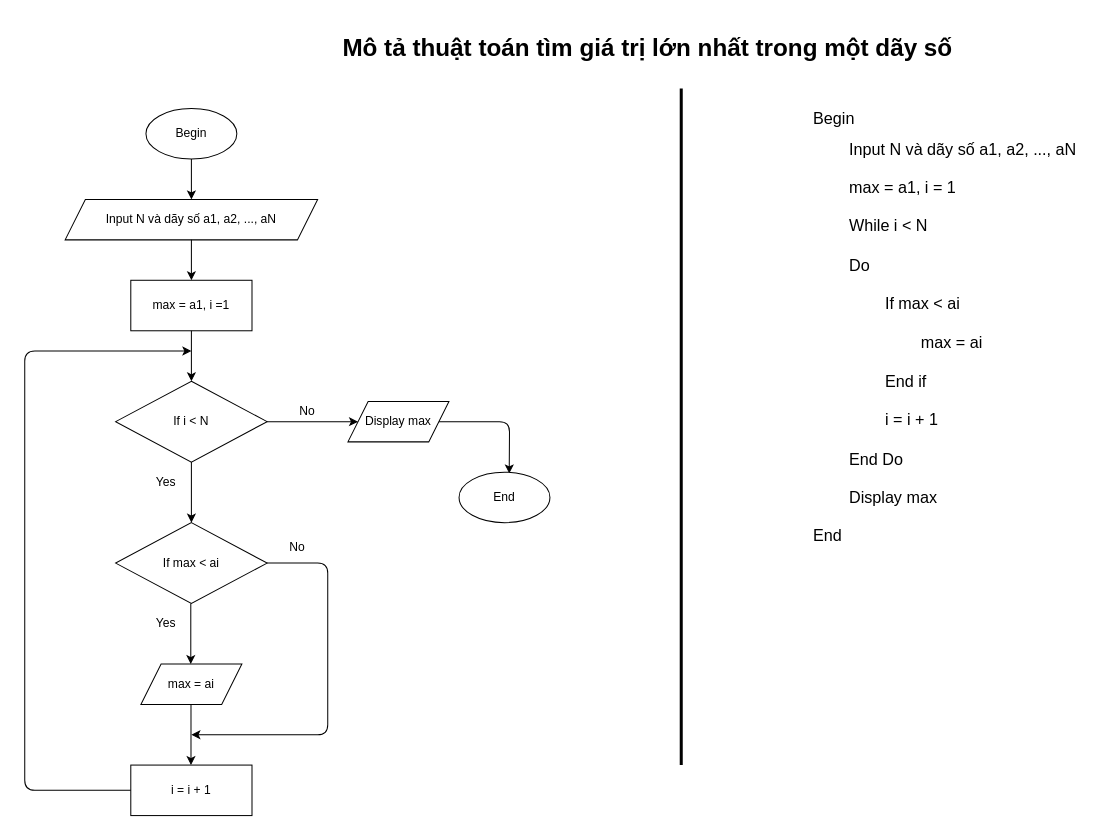
The draw.io diagram ss3_motathuattoan/bai tap 4.drawio in C0921G1-quockhanh/C0921G1-LeDinhQuocKhanh, before the edit. Source tidied: cells renumbered, new cells numbered last; positions are measured from the earlier drawing's top-left corner, leaving out a move shared by most shapes. Both pictures are drawn from the tidied source at 101%, with x=0, y=0 at pixel (24, 27).
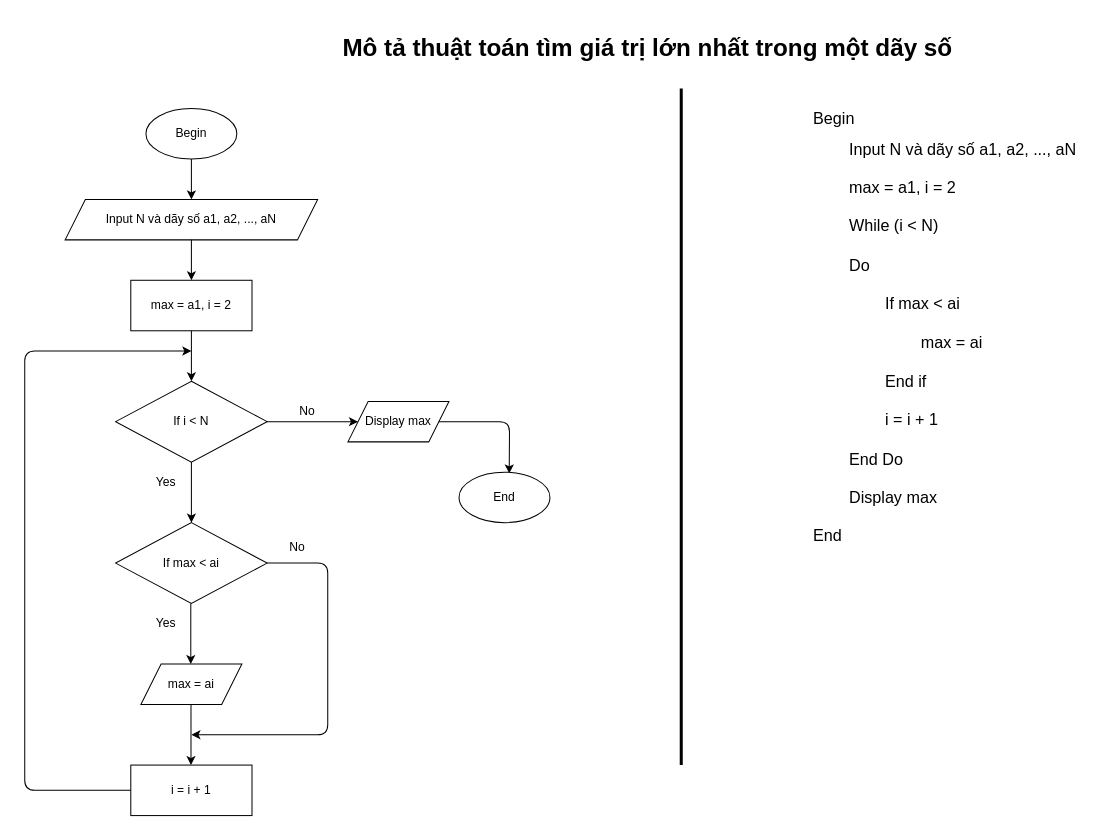
After the change.

What changed in the source:
```diff
@@
-    <mxCell id="6" value="max = a1, i =1" style="rounded=0;whiteSpace=wrap;html=1;" parent="1" vertex="1">
+    <mxCell id="6" value="max = a1, i = 2" style="rounded=0;whiteSpace=wrap;html=1;" parent="1" vertex="1">
       <mxGeometry x="105" y="250" width="120" height="50" as="geometry" />
     </mxCell>
@@
-    <mxCell id="9" value="&lt;h1 style=&quot;font-size: 16px&quot;&gt;&lt;span style=&quot;font-weight: normal&quot;&gt;Begin&lt;/span&gt;&lt;/h1&gt;&lt;div style=&quot;font-size: 16px&quot;&gt;&lt;span style=&quot;font-weight: normal&quot;&gt;&lt;span style=&quot;white-space: pre&quot;&gt;&#9;&lt;/span&gt;Input N và dãy số a1, a2, ..., aN&lt;/span&gt;&lt;/div&gt;&lt;div style=&quot;font-size: 16px&quot;&gt;&lt;span style=&quot;font-weight: normal&quot;&gt;&lt;br&gt;&lt;/span&gt;&lt;/div&gt;&lt;div style=&quot;font-size: 16px&quot;&gt;&lt;span style=&quot;font-weight: normal&quot;&gt;&lt;span style=&quot;white-space: pre&quot;&gt;&#9;&lt;/span&gt;max = a1, i = 1&lt;br&gt;&lt;/span&gt;&lt;/div&gt;&lt;div style=&quot;font-size: 16px&quot;&gt;&lt;span style=&quot;font-weight: normal&quot;&gt;&lt;br&gt;&lt;/span&gt;&lt;/div&gt;&lt;div style=&quot;font-size: 16px&quot;&gt;&lt;span style=&quot;font-weight: normal&quot;&gt;&lt;span style=&quot;white-space: pre&quot;&gt;&#9;&lt;/span&gt;While&amp;nbsp;i &amp;lt; N&lt;br&gt;&lt;/span&gt;&lt;/div&gt;&lt;div style=&quot;font-size: 16px&quot;&gt;&lt;span style=&quot;font-weight: normal&quot;&gt;&lt;br&gt;&lt;/span&gt;&lt;/div&gt;&lt;div style=&quot;font-size: 16px&quot;&gt;&lt;span style=&quot;font-weight: normal&quot;&gt;&lt;span style=&quot;white-space: pre&quot;&gt;&#9;&lt;/span&gt;Do&lt;br&gt;&lt;/span&gt;&lt;/div&gt;&lt;div style=&quot;font-size: 16px&quot;&gt;&lt;span style=&quot;font-weight: normal&quot;&gt;&lt;br&gt;&lt;/span&gt;&lt;/div&gt;&lt;div style=&quot;font-size: 16px&quot;&gt;&lt;span style=&quot;font-weight: normal&quot;&gt;&lt;span style=&quot;white-space: pre&quot;&gt;&#9;&lt;/span&gt;&lt;span style=&quot;white-space: pre&quot;&gt;&#9;&lt;/span&gt;If max &amp;lt; ai&lt;br&gt;&lt;/span&gt;&lt;/div&gt;&lt;div style=&quot;font-size: 16px&quot;&gt;&lt;/div&gt;&lt;div style=&quot;font-size: 16px&quot;&gt;&lt;span style=&quot;font-weight: normal&quot;&gt;&lt;br&gt;&lt;/span&gt;&lt;/div&gt;&lt;div style=&quot;font-size: 16px&quot;&gt;&lt;span style=&quot;font-weight: normal&quot;&gt;&lt;span style=&quot;white-space: pre&quot;&gt;&#9;&lt;/span&gt;&lt;span style=&quot;white-space: pre&quot;&gt;&#9;&lt;/span&gt;&lt;span style=&quot;white-space: pre&quot;&gt;&#9;&lt;/span&gt;max = ai&lt;br&gt;&lt;/span&gt;&lt;/div&gt;&lt;div style=&quot;font-size: 16px&quot;&gt;&lt;span style=&quot;font-weight: normal&quot;&gt;&lt;br&gt;&lt;/span&gt;&lt;/div&gt;&lt;div style=&quot;font-size: 16px&quot;&gt;&lt;span style=&quot;font-weight: normal&quot;&gt;&lt;span style=&quot;white-space: pre&quot;&gt;&#9;&lt;/span&gt;&lt;span style=&quot;white-space: pre&quot;&gt;&#9;&lt;/span&gt;End if&lt;br&gt;&lt;/span&gt;&lt;/div&gt;&lt;div style=&quot;font-size: 16px&quot;&gt;&lt;span style=&quot;font-weight: normal&quot;&gt;&lt;span style=&quot;white-space: pre&quot;&gt;&#9;&lt;/span&gt;&lt;span style=&quot;white-space: pre&quot;&gt;&#9;&lt;/span&gt;&lt;span style=&quot;white-space: pre&quot;&gt;&#9;&lt;/span&gt;&lt;/span&gt;&lt;/div&gt;&lt;div style=&quot;font-size: 16px&quot;&gt;&lt;span style=&quot;font-weight: normal&quot;&gt;&lt;span style=&quot;white-space: pre&quot;&gt;&#9;&lt;span style=&quot;white-space: pre&quot;&gt;&#9;&lt;/span&gt;&lt;/span&gt;i = i + 1&lt;br&gt;&lt;/span&gt;&lt;/div&gt;&lt;div style=&quot;font-size: 16px&quot;&gt;&lt;span style=&quot;font-weight: normal&quot;&gt;&lt;br&gt;&lt;/span&gt;&lt;/div&gt;&lt;div style=&quot;font-size: 16px&quot;&gt;&lt;span style=&quot;font-weight: normal&quot;&gt;&lt;span style=&quot;white-space: pre&quot;&gt;&#9;&lt;/span&gt;End Do&lt;br&gt;&lt;/span&gt;&lt;/div&gt;&lt;div style=&quot;font-size: 16px&quot;&gt;&lt;span style=&quot;font-weight: normal&quot;&gt;&lt;br&gt;&lt;/span&gt;&lt;/div&gt;&lt;div style=&quot;font-size: 16px&quot;&gt;&lt;span style=&quot;font-weight: normal&quot;&gt;&lt;span style=&quot;white-space: pre&quot;&gt;&#9;&lt;/span&gt;Display max&lt;br&gt;&lt;/span&gt;&lt;/div&gt;&lt;div style=&quot;font-size: 16px&quot;&gt;&lt;span style=&quot;font-weight: normal&quot;&gt;&lt;br&gt;&lt;/span&gt;&lt;/div&gt;&lt;div style=&quot;font-size: 16px&quot;&gt;&lt;span style=&quot;font-weight: normal&quot;&gt;End&lt;/span&gt;&lt;/div&gt;" style="text;html=1;strokeColor=none;fillColor=none;spacing=5;spacingTop=-20;whiteSpace=wrap;overflow=hidden;rounded=0;align=left;" parent="1" vertex="1">
+    <mxCell id="9" value="&lt;h1 style=&quot;font-size: 16px&quot;&gt;&lt;span style=&quot;font-weight: normal&quot;&gt;Begin&lt;/span&gt;&lt;/h1&gt;&lt;div style=&quot;font-size: 16px&quot;&gt;&lt;span style=&quot;font-weight: normal&quot;&gt;&lt;span style=&quot;white-space: pre&quot;&gt;&#9;&lt;/span&gt;Input N và dãy số a1, a2, ..., aN&lt;/span&gt;&lt;/div&gt;&lt;div style=&quot;font-size: 16px&quot;&gt;&lt;span style=&quot;font-weight: normal&quot;&gt;&lt;br&gt;&lt;/span&gt;&lt;/div&gt;&lt;div style=&quot;font-size: 16px&quot;&gt;&lt;span style=&quot;font-weight: normal&quot;&gt;&lt;span style=&quot;white-space: pre&quot;&gt;&#9;&lt;/span&gt;max = a1, i = 2&lt;br&gt;&lt;/span&gt;&lt;/div&gt;&lt;div style=&quot;font-size: 16px&quot;&gt;&lt;span style=&quot;font-weight: normal&quot;&gt;&lt;br&gt;&lt;/span&gt;&lt;/div&gt;&lt;div style=&quot;font-size: 16px&quot;&gt;&lt;span style=&quot;font-weight: normal&quot;&gt;&lt;span style=&quot;white-space: pre&quot;&gt;&#9;&lt;/span&gt;While (i &amp;lt; N)&lt;br&gt;&lt;/span&gt;&lt;/div&gt;&lt;div style=&quot;font-size: 16px&quot;&gt;&lt;span style=&quot;font-weight: normal&quot;&gt;&lt;br&gt;&lt;/span&gt;&lt;/div&gt;&lt;div style=&quot;font-size: 16px&quot;&gt;&lt;span style=&quot;font-weight: normal&quot;&gt;&lt;span style=&quot;white-space: pre&quot;&gt;&#9;&lt;/span&gt;Do&lt;br&gt;&lt;/span&gt;&lt;/div&gt;&lt;div style=&quot;font-size: 16px&quot;&gt;&lt;span style=&quot;font-weight: normal&quot;&gt;&lt;br&gt;&lt;/span&gt;&lt;/div&gt;&lt;div style=&quot;font-size: 16px&quot;&gt;&lt;span style=&quot;font-weight: normal&quot;&gt;&lt;span style=&quot;white-space: pre&quot;&gt;&#9;&lt;/span&gt;&lt;span style=&quot;white-space: pre&quot;&gt;&#9;&lt;/span&gt;If max &amp;lt; ai&lt;br&gt;&lt;/span&gt;&lt;/div&gt;&lt;div style=&quot;font-size: 16px&quot;&gt;&lt;/div&gt;&lt;div style=&quot;font-size: 16px&quot;&gt;&lt;span style=&quot;font-weight: normal&quot;&gt;&lt;br&gt;&lt;/span&gt;&lt;/div&gt;&lt;div style=&quot;font-size: 16px&quot;&gt;&lt;span style=&quot;font-weight: normal&quot;&gt;&lt;span style=&quot;white-space: pre&quot;&gt;&#9;&lt;/span&gt;&lt;span style=&quot;white-space: pre&quot;&gt;&#9;&lt;/span&gt;&lt;span style=&quot;white-space: pre&quot;&gt;&#9;&lt;/span&gt;max = ai&lt;br&gt;&lt;/span&gt;&lt;/div&gt;&lt;div style=&quot;font-size: 16px&quot;&gt;&lt;span style=&quot;font-weight: normal&quot;&gt;&lt;br&gt;&lt;/span&gt;&lt;/div&gt;&lt;div style=&quot;font-size: 16px&quot;&gt;&lt;span style=&quot;font-weight: normal&quot;&gt;&lt;span style=&quot;white-space: pre&quot;&gt;&#9;&lt;/span&gt;&lt;span style=&quot;white-space: pre&quot;&gt;&#9;&lt;/span&gt;End if&lt;br&gt;&lt;/span&gt;&lt;/div&gt;&lt;div style=&quot;font-size: 16px&quot;&gt;&lt;span style=&quot;font-weight: normal&quot;&gt;&lt;span style=&quot;white-space: pre&quot;&gt;&#9;&lt;/span&gt;&lt;span style=&quot;white-space: pre&quot;&gt;&#9;&lt;/span&gt;&lt;span style=&quot;white-space: pre&quot;&gt;&#9;&lt;/span&gt;&lt;/span&gt;&lt;/div&gt;&lt;div style=&quot;font-size: 16px&quot;&gt;&lt;span style=&quot;font-weight: normal&quot;&gt;&lt;span style=&quot;white-space: pre&quot;&gt;&#9;&lt;span style=&quot;white-space: pre&quot;&gt;&#9;&lt;/span&gt;&lt;/span&gt;i = i + 1&lt;br&gt;&lt;/span&gt;&lt;/div&gt;&lt;div style=&quot;font-size: 16px&quot;&gt;&lt;span style=&quot;font-weight: normal&quot;&gt;&lt;br&gt;&lt;/span&gt;&lt;/div&gt;&lt;div style=&quot;font-size: 16px&quot;&gt;&lt;span style=&quot;font-weight: normal&quot;&gt;&lt;span style=&quot;white-space: pre&quot;&gt;&#9;&lt;/span&gt;End Do&lt;br&gt;&lt;/span&gt;&lt;/div&gt;&lt;div style=&quot;font-size: 16px&quot;&gt;&lt;span style=&quot;font-weight: normal&quot;&gt;&lt;br&gt;&lt;/span&gt;&lt;/div&gt;&lt;div style=&quot;font-size: 16px&quot;&gt;&lt;span style=&quot;font-weight: normal&quot;&gt;&lt;span style=&quot;white-space: pre&quot;&gt;&#9;&lt;/span&gt;Display max&lt;br&gt;&lt;/span&gt;&lt;/div&gt;&lt;div style=&quot;font-size: 16px&quot;&gt;&lt;span style=&quot;font-weight: normal&quot;&gt;&lt;br&gt;&lt;/span&gt;&lt;/div&gt;&lt;div style=&quot;font-size: 16px&quot;&gt;&lt;span style=&quot;font-weight: normal&quot;&gt;End&lt;/span&gt;&lt;/div&gt;" style="text;html=1;strokeColor=none;fillColor=none;spacing=5;spacingTop=-20;whiteSpace=wrap;overflow=hidden;rounded=0;align=left;" parent="1" vertex="1">
       <mxGeometry x="776" y="80" width="284" height="560" as="geometry" />
     </mxCell>
```
